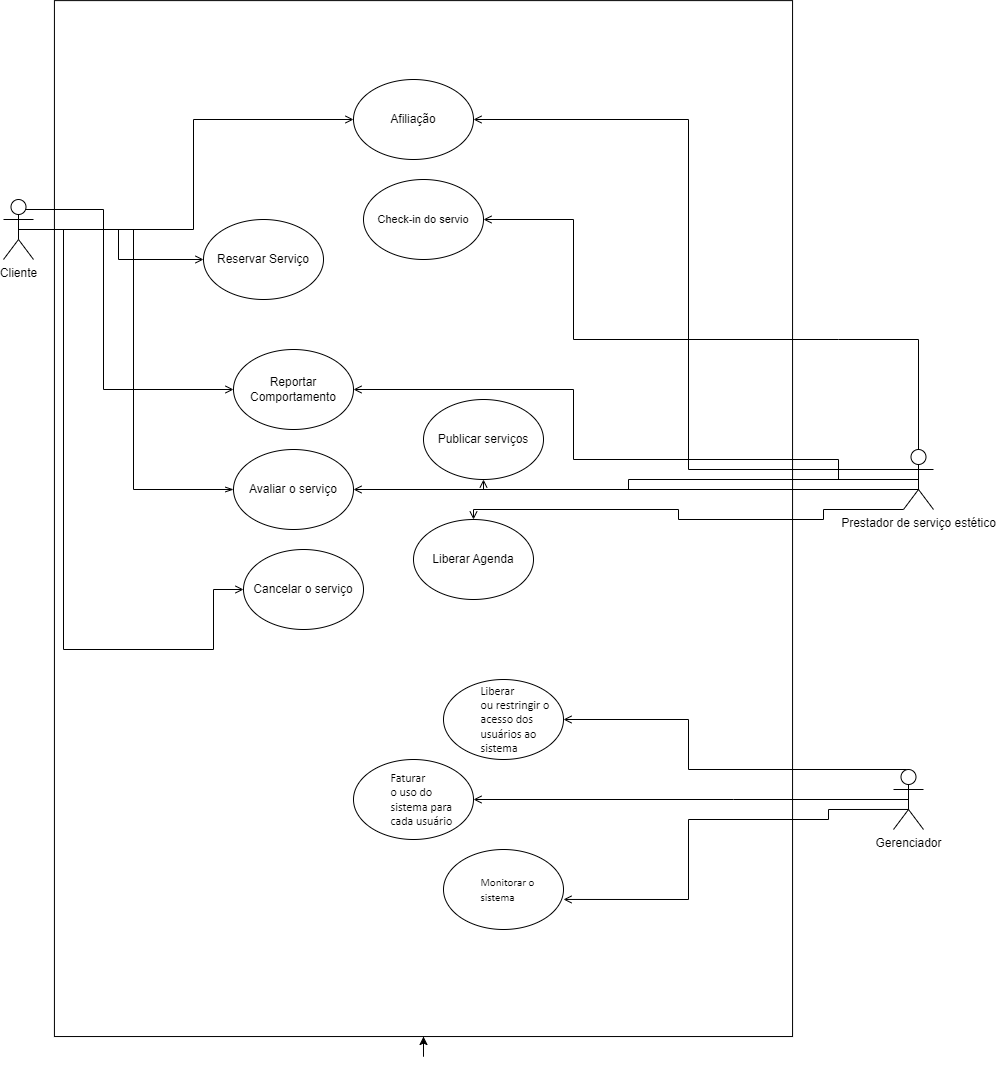
Earlier version of the draw.io export E-ESTÉTICA-Página-1.drawio.png (ProjetoDeSoftware/projeto). Source tidied: cells renumbered, new cells last; positions are measured from the earlier drawing's top-left corner, leaving out a move shared by most shapes.
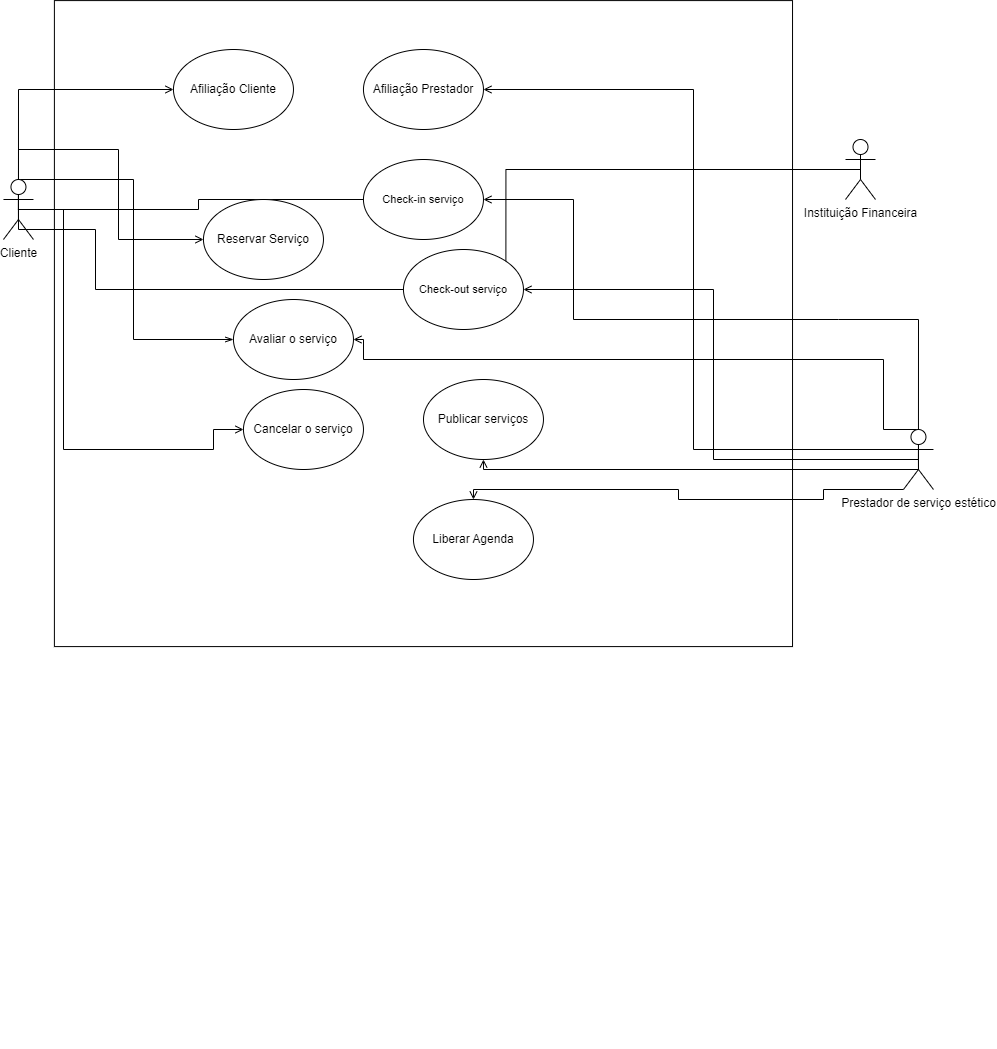
After the change.

Diff of the diagram source:
```diff
@@ -3,35 +3,55 @@
     <mxCell id="0" />
     <mxCell id="1" parent="0" />
     <mxCell id="2" style="rounded=0;whiteSpace=wrap;html=1;rotation=90;" parent="1" vertex="1">
-      <mxGeometry y="70" width="1035.9" height="738.1" as="geometry" />
+      <mxGeometry x="195" y="-105" width="646" height="738.1" as="geometry" />
     </mxCell>
     <mxCell id="3" style="edgeStyle=orthogonalEdgeStyle;rounded=0;jettySize=auto;html=1;exitX=0.5;exitY=0.5;exitDx=0;exitDy=0;exitPerimeter=0;entryX=0;entryY=0.5;entryDx=0;entryDy=0;endArrow=open;endFill=0;" parent="1" edge="1" source="8" target="27">
       <mxGeometry relative="1" as="geometry">
         <Array as="points">
           <mxPoint x="158" y="150" />
-          <mxPoint x="158" y="570" />
-          <mxPoint x="308" y="570" />
+          <mxPoint x="158" y="390" />
+          <mxPoint x="308" y="390" />
+          <mxPoint x="308" y="370" />
         </Array>
       </mxGeometry>
     </mxCell>
-    <mxCell id="4" style="edgeStyle=orthogonalEdgeStyle;rounded=0;jettySize=auto;html=1;exitX=0.5;exitY=0.5;exitDx=0;exitDy=0;exitPerimeter=0;entryX=0;entryY=0.5;entryDx=0;entryDy=0;endArrow=open;endFill=0;" parent="1" edge="1" source="8" target="28">
-      <mxGeometry relative="1" as="geometry">
-        <Array as="points">
-          <mxPoint x="113" y="130" />
-          <mxPoint x="198" y="130" />
-          <mxPoint x="198" y="310" />
-        </Array>
-      </mxGeometry>
-    </mxCell>
     <mxCell id="5" style="edgeStyle=orthogonalEdgeStyle;rounded=0;jettySize=auto;html=1;exitX=0.5;exitY=0.5;exitDx=0;exitDy=0;exitPerimeter=0;entryX=0;entryY=0.5;entryDx=0;entryDy=0;endArrow=open;endFill=0;" parent="1" edge="1" source="8" target="29">
-      <mxGeometry relative="1" as="geometry" />
+      <mxGeometry relative="1" as="geometry">
+        <Array as="points">
+          <mxPoint x="113" y="30" />
+        </Array>
+      </mxGeometry>
     </mxCell>
     <mxCell id="6" style="edgeStyle=orthogonalEdgeStyle;rounded=0;jettySize=auto;html=1;exitX=0.5;exitY=0.5;exitDx=0;exitDy=0;exitPerimeter=0;entryX=0;entryY=0.5;entryDx=0;entryDy=0;endArrow=open;endFill=0;" parent="1" edge="1" source="8" target="30">
-      <mxGeometry relative="1" as="geometry" />
+      <mxGeometry relative="1" as="geometry">
+        <Array as="points">
+          <mxPoint x="113" y="90" />
+          <mxPoint x="213" y="90" />
+          <mxPoint x="213" y="180" />
+        </Array>
+      </mxGeometry>
     </mxCell>
     <mxCell id="7" style="edgeStyle=orthogonalEdgeStyle;rounded=0;jettySize=auto;html=1;exitX=0.5;exitY=0.5;exitDx=0;exitDy=0;exitPerimeter=0;entryX=0;entryY=0.5;entryDx=0;entryDy=0;endArrow=openThin;endFill=0;" parent="1" edge="1" source="8" target="21">
-      <mxGeometry relative="1" as="geometry" />
+      <mxGeometry relative="1" as="geometry">
+        <Array as="points">
+          <mxPoint x="113" y="120" />
+          <mxPoint x="228" y="120" />
+          <mxPoint x="228" y="280" />
+        </Array>
+      </mxGeometry>
     </mxCell>
+    <mxCell id="32" style="edgeStyle=orthogonalEdgeStyle;rounded=0;jettySize=auto;html=1;exitX=0.5;exitY=0.5;exitDx=0;exitDy=0;exitPerimeter=0;endArrow=none;endFill=0;" parent="1" edge="1" source="8" target="20">
+      <mxGeometry relative="1" as="geometry" />
+    </mxCell>
+    <mxCell id="33" style="edgeStyle=orthogonalEdgeStyle;rounded=0;jettySize=auto;html=1;exitX=0.5;exitY=0.5;exitDx=0;exitDy=0;exitPerimeter=0;entryX=0;entryY=0.5;entryDx=0;entryDy=0;endArrow=none;endFill=0;" parent="1" edge="1" source="8" target="37">
+      <mxGeometry relative="1" as="geometry">
+        <Array as="points">
+          <mxPoint x="113" y="170" />
+          <mxPoint x="190" y="170" />
+          <mxPoint x="190" y="230" />
+        </Array>
+      </mxGeometry>
+    </mxCell>
     <mxCell id="8" value="Cliente&lt;br&gt;" style="shape=umlActor;verticalLabelPosition=bottom;verticalAlign=top;html=1;outlineConnect=0;" parent="1" vertex="1">
       <mxGeometry x="98" y="120" width="30" height="60" as="geometry" />
     </mxCell>
@@ -55,15 +75,6 @@
         </Array>
       </mxGeometry>
     </mxCell>
-    <mxCell id="11" style="edgeStyle=orthogonalEdgeStyle;rounded=0;jettySize=auto;html=1;exitX=0.5;exitY=0.5;exitDx=0;exitDy=0;exitPerimeter=0;entryX=1;entryY=0.5;entryDx=0;entryDy=0;endArrow=open;endFill=0;" parent="1" edge="1" source="15" target="28">
-      <mxGeometry relative="1" as="geometry">
-        <Array as="points">
-          <mxPoint x="933" y="380" />
-          <mxPoint x="668" y="380" />
-          <mxPoint x="668" y="310" />
-        </Array>
-      </mxGeometry>
-    </mxCell>
     <mxCell id="12" style="edgeStyle=orthogonalEdgeStyle;rounded=0;jettySize=auto;html=1;exitX=0.5;exitY=0;exitDx=0;exitDy=0;exitPerimeter=0;entryX=1;entryY=0.5;entryDx=0;entryDy=0;endArrow=open;endFill=0;" parent="1" edge="1" source="15" target="20">
       <mxGeometry relative="1" as="geometry">
         <Array as="points">
@@ -73,57 +84,37 @@
         </Array>
       </mxGeometry>
     </mxCell>
-    <mxCell id="13" style="edgeStyle=orthogonalEdgeStyle;rounded=0;jettySize=auto;html=1;exitX=0.5;exitY=0.5;exitDx=0;exitDy=0;exitPerimeter=0;entryX=1;entryY=0.5;entryDx=0;entryDy=0;endArrow=open;endFill=0;" parent="1" edge="1" source="15" target="29">
-      <mxGeometry relative="1" as="geometry">
-        <Array as="points">
-          <mxPoint x="1013" y="390" />
-          <mxPoint x="783" y="390" />
-          <mxPoint x="783" y="40" />
-        </Array>
-      </mxGeometry>
-    </mxCell>
     <mxCell id="14" style="edgeStyle=orthogonalEdgeStyle;rounded=0;jettySize=auto;html=1;exitX=0.5;exitY=0.5;exitDx=0;exitDy=0;exitPerimeter=0;endArrow=open;endFill=0;" parent="1" edge="1" source="15" target="21">
-      <mxGeometry relative="1" as="geometry" />
+      <mxGeometry relative="1" as="geometry">
+        <Array as="points">
+          <mxPoint x="1013" y="370" />
+          <mxPoint x="978" y="370" />
+          <mxPoint x="978" y="300" />
+          <mxPoint x="458" y="300" />
+          <mxPoint x="458" y="280" />
+        </Array>
+      </mxGeometry>
     </mxCell>
+    <mxCell id="34" style="edgeStyle=orthogonalEdgeStyle;rounded=0;jettySize=auto;html=1;exitX=0.5;exitY=0.5;exitDx=0;exitDy=0;exitPerimeter=0;entryX=1;entryY=0.5;entryDx=0;entryDy=0;endArrow=open;endFill=0;" parent="1" edge="1" source="15" target="36">
+      <mxGeometry relative="1" as="geometry">
+        <Array as="points">
+          <mxPoint x="1013" y="390" />
+          <mxPoint x="788" y="390" />
+          <mxPoint x="788" y="30" />
+        </Array>
+      </mxGeometry>
+    </mxCell>
+    <mxCell id="35" style="edgeStyle=orthogonalEdgeStyle;rounded=0;jettySize=auto;html=1;exitX=0.5;exitY=0.5;exitDx=0;exitDy=0;exitPerimeter=0;entryX=1;entryY=0.5;entryDx=0;entryDy=0;endArrow=open;endFill=0;" parent="1" edge="1" source="15" target="37">
+      <mxGeometry relative="1" as="geometry" />
+    </mxCell>
     <mxCell id="15" value="Prestador de serviço estético&lt;br&gt;" style="shape=umlActor;verticalLabelPosition=bottom;verticalAlign=top;html=1;outlineConnect=0;" parent="1" vertex="1">
       <mxGeometry x="998" y="370" width="30" height="60" as="geometry" />
     </mxCell>
-    <mxCell id="16" style="edgeStyle=orthogonalEdgeStyle;rounded=0;jettySize=auto;html=1;exitX=0.5;exitY=0.5;exitDx=0;exitDy=0;exitPerimeter=0;entryX=1;entryY=0.5;entryDx=0;entryDy=0;endArrow=open;endFill=0;" parent="1" edge="1" source="19" target="25">
-      <mxGeometry relative="1" as="geometry">
-        <Array as="points">
-          <mxPoint x="1003" y="690" />
-          <mxPoint x="783" y="690" />
-          <mxPoint x="783" y="640" />
-        </Array>
-      </mxGeometry>
-    </mxCell>
-    <mxCell id="17" style="edgeStyle=orthogonalEdgeStyle;rounded=0;jettySize=auto;html=1;exitX=0.5;exitY=0.5;exitDx=0;exitDy=0;exitPerimeter=0;entryX=1;entryY=0.5;entryDx=0;entryDy=0;endArrow=open;endFill=0;" parent="1" edge="1" source="19" target="26">
-      <mxGeometry relative="1" as="geometry">
-        <Array as="points">
-          <mxPoint x="828" y="720" />
-          <mxPoint x="828" y="720" />
-        </Array>
-      </mxGeometry>
-    </mxCell>
-    <mxCell id="18" style="edgeStyle=orthogonalEdgeStyle;rounded=0;orthogonalLoop=1;jettySize=auto;html=1;exitX=0.5;exitY=0.5;exitDx=0;exitDy=0;exitPerimeter=0;entryX=1;entryY=0.5;entryDx=0;entryDy=0;endArrow=open;endFill=0;" parent="1" edge="1">
-      <mxGeometry relative="1" as="geometry">
-        <mxPoint x="1003" y="730" as="sourcePoint" />
-        <mxPoint x="658" y="820" as="targetPoint" />
-        <Array as="points">
-          <mxPoint x="923" y="740" />
-          <mxPoint x="783" y="740" />
-          <mxPoint x="783" y="820" />
-        </Array>
-      </mxGeometry>
-    </mxCell>
-    <mxCell id="19" value="Gerenciador" style="shape=umlActor;verticalLabelPosition=bottom;verticalAlign=top;html=1;outlineConnect=0;" parent="1" vertex="1">
-      <mxGeometry x="988" y="690" width="30" height="60" as="geometry" />
-    </mxCell>
-    <mxCell id="20" value="&lt;span style=&quot;font-size: 11px;&quot;&gt;Check-in do servio&lt;/span&gt;" style="ellipse;whiteSpace=wrap;html=1;" parent="1" vertex="1">
+    <mxCell id="20" value="&lt;span style=&quot;font-size: 11px;&quot;&gt;Check-in serviço&lt;/span&gt;" style="ellipse;whiteSpace=wrap;html=1;" parent="1" vertex="1">
       <mxGeometry x="458" y="100" width="120" height="80" as="geometry" />
     </mxCell>
     <mxCell id="21" value="Avaliar o serviço" style="ellipse;whiteSpace=wrap;html=1;" parent="1" vertex="1">
-      <mxGeometry x="328" y="370" width="120" height="80" as="geometry" />
+      <mxGeometry x="328" y="240" width="120" height="80" as="geometry" />
     </mxCell>
     <mxCell id="22" value="Publicar serviços" style="ellipse;whiteSpace=wrap;html=1;" parent="1" vertex="1">
       <mxGeometry x="518" y="320" width="120" height="80" as="geometry" />
@@ -131,29 +122,32 @@
     <mxCell id="23" value="Liberar Agenda" style="ellipse;whiteSpace=wrap;html=1;" parent="1" vertex="1">
       <mxGeometry x="508" y="440" width="120" height="80" as="geometry" />
     </mxCell>
-    <mxCell id="24" value="&lt;div style=&quot;language:pt-BR;margin-top:0pt;margin-bottom:0pt;margin-left:.38in;&lt;br/&gt;text-indent:-.38in;text-align:left;direction:ltr;unicode-bidi:embed;mso-line-break-override:&lt;br/&gt;none;word-break:normal;punctuation-wrap:hanging&quot;&gt;&lt;font face=&quot;Calibri&quot;&gt;&lt;span style=&quot;font-size: 11px;&quot;&gt;Monitorar o sistema&lt;/span&gt;&lt;/font&gt;&lt;/div&gt;" style="ellipse;whiteSpace=wrap;html=1;" parent="1" vertex="1">
-      <mxGeometry x="538" y="770" width="120" height="80" as="geometry" />
-    </mxCell>
-    <mxCell id="25" value="&lt;div style=&quot;language:pt-BR;margin-top:0pt;margin-bottom:0pt;margin-left:.38in;&lt;br/&gt;text-indent:-.38in;text-align:left;direction:ltr;unicode-bidi:embed;mso-line-break-override:&lt;br/&gt;none;word-break:normal;punctuation-wrap:hanging&quot;&gt;&lt;span style=&quot;font-family: Calibri;&quot;&gt;&lt;font style=&quot;font-size: 12px;&quot;&gt;Liberar&lt;br/&gt;ou restringir o acesso dos usuários ao sistema&lt;/font&gt;&lt;/span&gt;&lt;/div&gt;" style="ellipse;whiteSpace=wrap;html=1;" parent="1" vertex="1">
-      <mxGeometry x="538" y="600" width="120" height="80" as="geometry" />
-    </mxCell>
-    <mxCell id="26" value="&lt;div style=&quot;language:pt-BR;margin-top:0pt;margin-bottom:0pt;margin-left:.38in;&lt;br/&gt;text-indent:-.38in;text-align:left;direction:ltr;unicode-bidi:embed;mso-line-break-override:&lt;br/&gt;none;word-break:normal;punctuation-wrap:hanging&quot;&gt;&lt;span style=&quot;font-family: Calibri;&quot;&gt;&lt;font style=&quot;font-size: 12px;&quot;&gt;Faturar&lt;br/&gt;o uso do sistema para cada usuário&lt;/font&gt;&lt;/span&gt;&lt;/div&gt;" style="ellipse;whiteSpace=wrap;html=1;" parent="1" vertex="1">
-      <mxGeometry x="448" y="680" width="120" height="80" as="geometry" />
-    </mxCell>
     <mxCell id="27" value="Cancelar o serviço" style="ellipse;whiteSpace=wrap;html=1;" parent="1" vertex="1">
-      <mxGeometry x="338" y="470" width="120" height="80" as="geometry" />
+      <mxGeometry x="338" y="330" width="120" height="80" as="geometry" />
     </mxCell>
-    <mxCell id="28" value="Reportar Comportamento" style="ellipse;whiteSpace=wrap;html=1;" parent="1" vertex="1">
-      <mxGeometry x="328" y="270" width="120" height="80" as="geometry" />
-    </mxCell>
-    <mxCell id="29" value="Afiliação" style="ellipse;whiteSpace=wrap;html=1;" parent="1" vertex="1">
-      <mxGeometry x="448" width="120" height="80" as="geometry" />
+    <mxCell id="29" value="Afiliação Cliente" style="ellipse;whiteSpace=wrap;html=1;" parent="1" vertex="1">
+      <mxGeometry x="268" y="-10" width="120" height="80" as="geometry" />
     </mxCell>
     <mxCell id="30" value="Reservar Serviço" style="ellipse;whiteSpace=wrap;html=1;" parent="1" vertex="1">
       <mxGeometry x="298" y="140" width="120" height="80" as="geometry" />
     </mxCell>
-    <mxCell id="31" style="edgeStyle=orthogonalEdgeStyle;rounded=0;orthogonalLoop=1;jettySize=auto;html=1;exitX=1;exitY=0.5;exitDx=0;exitDy=0;" parent="1" edge="1" source="2" target="2">
-      <mxGeometry relative="1" as="geometry" />
+    <mxCell id="31" style="edgeStyle=orthogonalEdgeStyle;rounded=0;orthogonalLoop=1;jettySize=auto;html=1;exitX=1;exitY=0.5;exitDx=0;exitDy=0;" parent="1" edge="1">
+      <mxGeometry relative="1" as="geometry">
+        <mxPoint x="528" y="980" as="sourcePoint" />
+        <mxPoint x="528" y="980" as="targetPoint" />
+      </mxGeometry>
     </mxCell>
+    <mxCell id="36" value="Afiliação Prestador" style="ellipse;whiteSpace=wrap;html=1;" parent="1" vertex="1">
+      <mxGeometry x="458" y="-10" width="120" height="80" as="geometry" />
+    </mxCell>
+    <mxCell id="37" value="&lt;span style=&quot;font-size: 11px;&quot;&gt;Check-out serviço&lt;/span&gt;" style="ellipse;whiteSpace=wrap;html=1;" parent="1" vertex="1">
+      <mxGeometry x="498" y="190" width="120" height="80" as="geometry" />
+    </mxCell>
+    <mxCell id="38" style="edgeStyle=orthogonalEdgeStyle;rounded=0;jettySize=auto;html=1;exitX=0.5;exitY=0.5;exitDx=0;exitDy=0;exitPerimeter=0;entryX=1;entryY=0;entryDx=0;entryDy=0;endArrow=none;endFill=0;" parent="1" edge="1" source="39" target="37">
+      <mxGeometry relative="1" as="geometry" />
+    </mxCell>
+    <mxCell id="39" value="Instituição Financeira&lt;br&gt;" style="shape=umlActor;verticalLabelPosition=bottom;verticalAlign=top;html=1;outlineConnect=0;" parent="1" vertex="1">
+      <mxGeometry x="940" y="80" width="30" height="60" as="geometry" />
+    </mxCell>
   </root>
 </mxGraphModel>
```
